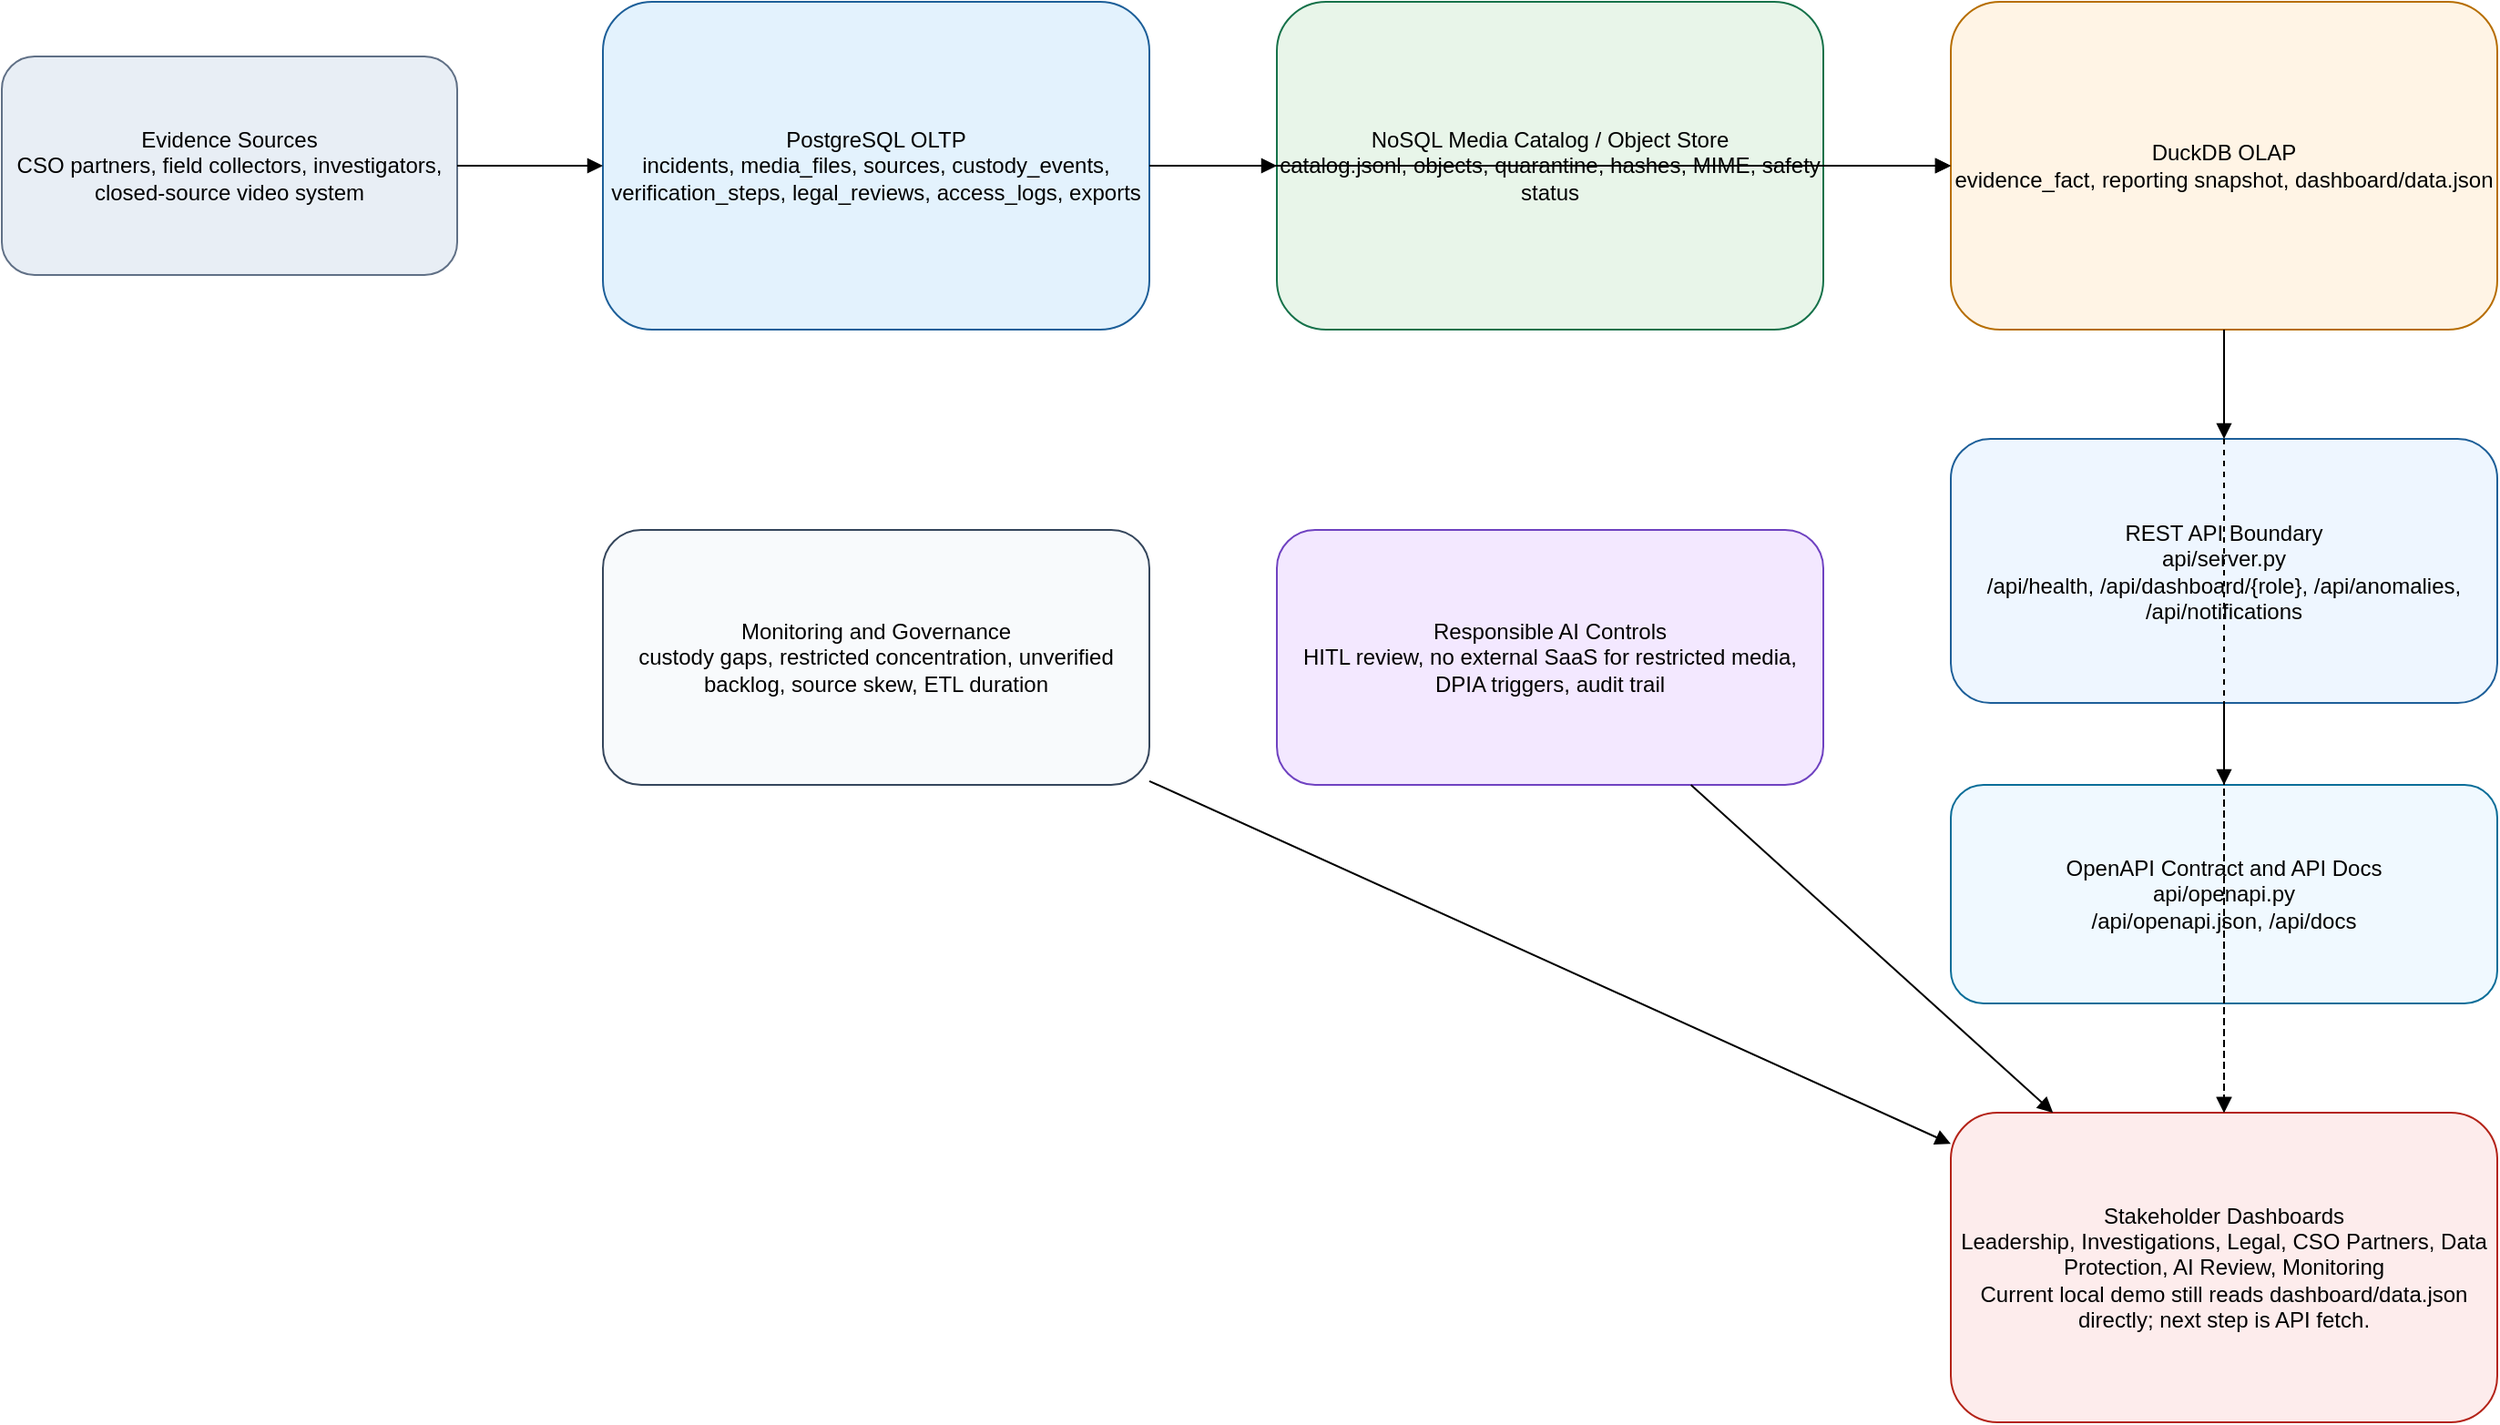
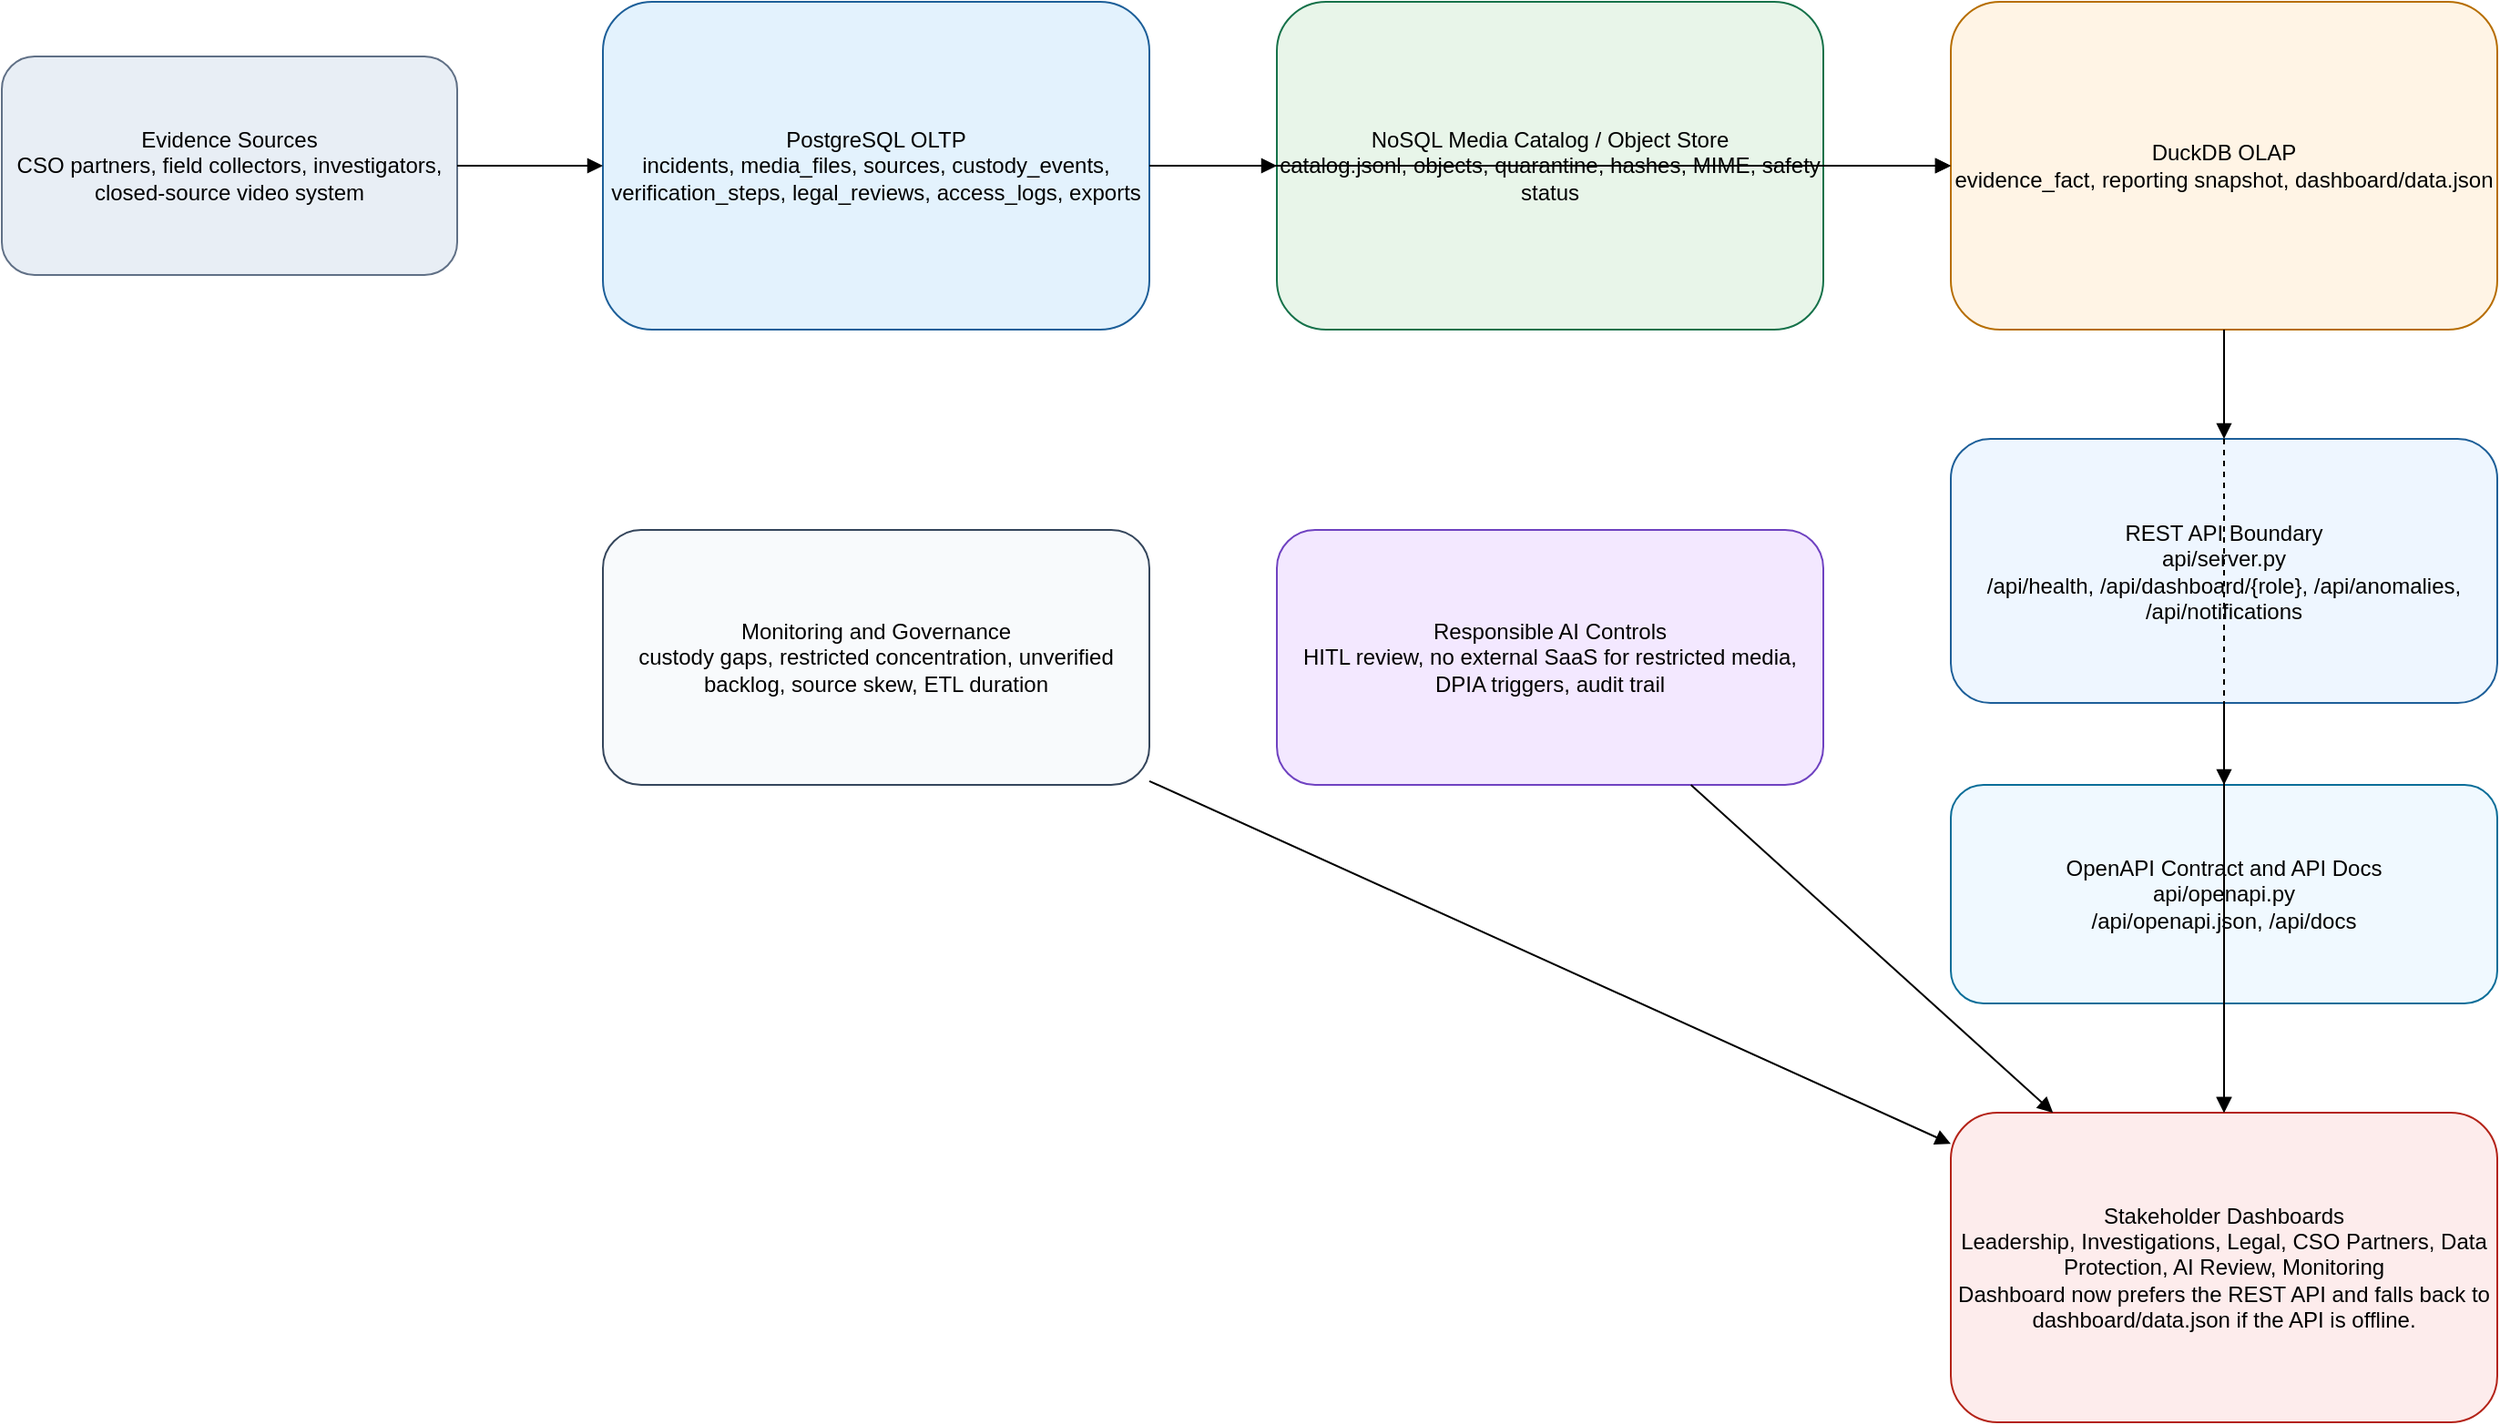
<mxfile host="app.diagrams.net" modified="2026-05-30T00:00:00.000Z" agent="Codex" version="24.7.17">
  <diagram id="hrt-architecture" name="HRT OLTP OLAP Architecture">
    <mxGraphModel dx="1422" dy="794" grid="1" gridSize="10" guides="1" tooltips="1" connect="1" arrows="1" fold="1" page="1" pageScale="1" pageWidth="1600" pageHeight="1000" math="0" shadow="0">
      <root>
        <mxCell id="0"/>
        <mxCell id="1" parent="0"/>
        <mxCell id="sources" value="Evidence Sources&#xa;CSO partners, field collectors, investigators, closed-source video system" style="rounded=1;whiteSpace=wrap;html=1;fillColor=#e8eef5;strokeColor=#607086;" vertex="1" parent="1">
          <mxGeometry x="40" y="120" width="250" height="120" as="geometry"/>
        </mxCell>
        <mxCell id="oltp" value="PostgreSQL OLTP&#xa;incidents, media_files, sources, custody_events, verification_steps, legal_reviews, access_logs, exports" style="rounded=1;whiteSpace=wrap;html=1;fillColor=#e3f2fd;strokeColor=#1d5f99;" vertex="1" parent="1">
          <mxGeometry x="370" y="90" width="300" height="180" as="geometry"/>
        </mxCell>
        <mxCell id="nosql" value="NoSQL Media Catalog / Object Store&#xa;catalog.jsonl, objects, quarantine, hashes, MIME, safety status" style="rounded=1;whiteSpace=wrap;html=1;fillColor=#e8f5e9;strokeColor=#16724a;" vertex="1" parent="1">
          <mxGeometry x="740" y="90" width="300" height="180" as="geometry"/>
        </mxCell>
        <mxCell id="olap" value="DuckDB OLAP&#xa;evidence_fact, reporting snapshot, dashboard/data.json" style="rounded=1;whiteSpace=wrap;html=1;fillColor=#fff4e5;strokeColor=#b76e00;" vertex="1" parent="1">
          <mxGeometry x="1110" y="90" width="300" height="180" as="geometry"/>
        </mxCell>
        <mxCell id="api" value="REST API Boundary&#xa;api/server.py&#xa;/api/health, /api/dashboard/{role}, /api/anomalies, /api/notifications" style="rounded=1;whiteSpace=wrap;html=1;fillColor=#eef6ff;strokeColor=#1d5f99;" vertex="1" parent="1">
          <mxGeometry x="1110" y="330" width="300" height="145" as="geometry"/>
        </mxCell>
        <mxCell id="openapi" value="OpenAPI Contract and API Docs&#xa;api/openapi.py&#xa;/api/openapi.json, /api/docs" style="rounded=1;whiteSpace=wrap;html=1;fillColor=#f0f9ff;strokeColor=#0b6e99;" vertex="1" parent="1">
          <mxGeometry x="1110" y="520" width="300" height="120" as="geometry"/>
        </mxCell>
-         <mxCell id="dash" value="Stakeholder Dashboards&#xa;Leadership, Investigations, Legal, CSO Partners, Data Protection, AI Review, Monitoring&#xa;Current local demo still reads dashboard/data.json directly; next step is API fetch." style="rounded=1;whiteSpace=wrap;html=1;fillColor=#fdecec;strokeColor=#b42318;" vertex="1" parent="1">
+         <mxCell id="dash" value="Stakeholder Dashboards&#xa;Leadership, Investigations, Legal, CSO Partners, Data Protection, AI Review, Monitoring&#xa;Dashboard now prefers the REST API and falls back to dashboard/data.json if the API is offline." style="rounded=1;whiteSpace=wrap;html=1;fillColor=#fdecec;strokeColor=#b42318;" vertex="1" parent="1">
          <mxGeometry x="1110" y="700" width="300" height="170" as="geometry"/>
        </mxCell>
        <mxCell id="ai" value="Responsible AI Controls&#xa;HITL review, no external SaaS for restricted media, DPIA triggers, audit trail" style="rounded=1;whiteSpace=wrap;html=1;fillColor=#f3e8ff;strokeColor=#6f42c1;" vertex="1" parent="1">
          <mxGeometry x="740" y="380" width="300" height="140" as="geometry"/>
        </mxCell>
        <mxCell id="monitoring" value="Monitoring and Governance&#xa;custody gaps, restricted concentration, unverified backlog, source skew, ETL duration" style="rounded=1;whiteSpace=wrap;html=1;fillColor=#f8fafc;strokeColor=#35465c;" vertex="1" parent="1">
          <mxGeometry x="370" y="380" width="300" height="140" as="geometry"/>
        </mxCell>
        <mxCell id="e1" edge="1" parent="1" source="sources" target="oltp" style="endArrow=block;html=1;rounded=0;">
          <mxGeometry relative="1" as="geometry"/>
        </mxCell>
        <mxCell id="e2" edge="1" parent="1" source="oltp" target="nosql" style="endArrow=block;html=1;rounded=0;">
          <mxGeometry relative="1" as="geometry"/>
        </mxCell>
        <mxCell id="e3" edge="1" parent="1" source="oltp" target="olap" style="endArrow=block;html=1;rounded=0;">
          <mxGeometry relative="1" as="geometry"/>
        </mxCell>
        <mxCell id="e4" edge="1" parent="1" source="nosql" target="olap" style="endArrow=block;html=1;rounded=0;">
          <mxGeometry relative="1" as="geometry"/>
        </mxCell>
        <mxCell id="e5" edge="1" parent="1" source="olap" target="api" style="endArrow=block;html=1;rounded=0;">
          <mxGeometry relative="1" as="geometry"/>
        </mxCell>
        <mxCell id="e5b" edge="1" parent="1" source="api" target="openapi" style="endArrow=block;html=1;rounded=0;">
          <mxGeometry relative="1" as="geometry"/>
        </mxCell>
-         <mxCell id="e5c" edge="1" parent="1" source="api" target="dash" style="endArrow=block;html=1;rounded=0;dashed=1;">
+         <mxCell id="e5c" edge="1" parent="1" source="api" target="dash" style="endArrow=block;html=1;rounded=0;">
          <mxGeometry relative="1" as="geometry"/>
        </mxCell>
        <mxCell id="e5d" edge="1" parent="1" source="olap" target="dash" style="endArrow=block;html=1;rounded=0;dashed=1;">
          <mxGeometry relative="1" as="geometry"/>
        </mxCell>
        <mxCell id="e6" edge="1" parent="1" source="ai" target="dash" style="endArrow=block;html=1;rounded=0;">
          <mxGeometry relative="1" as="geometry"/>
        </mxCell>
        <mxCell id="e7" edge="1" parent="1" source="monitoring" target="dash" style="endArrow=block;html=1;rounded=0;">
          <mxGeometry relative="1" as="geometry"/>
        </mxCell>
      </root>
    </mxGraphModel>
  </diagram>
</mxfile>
